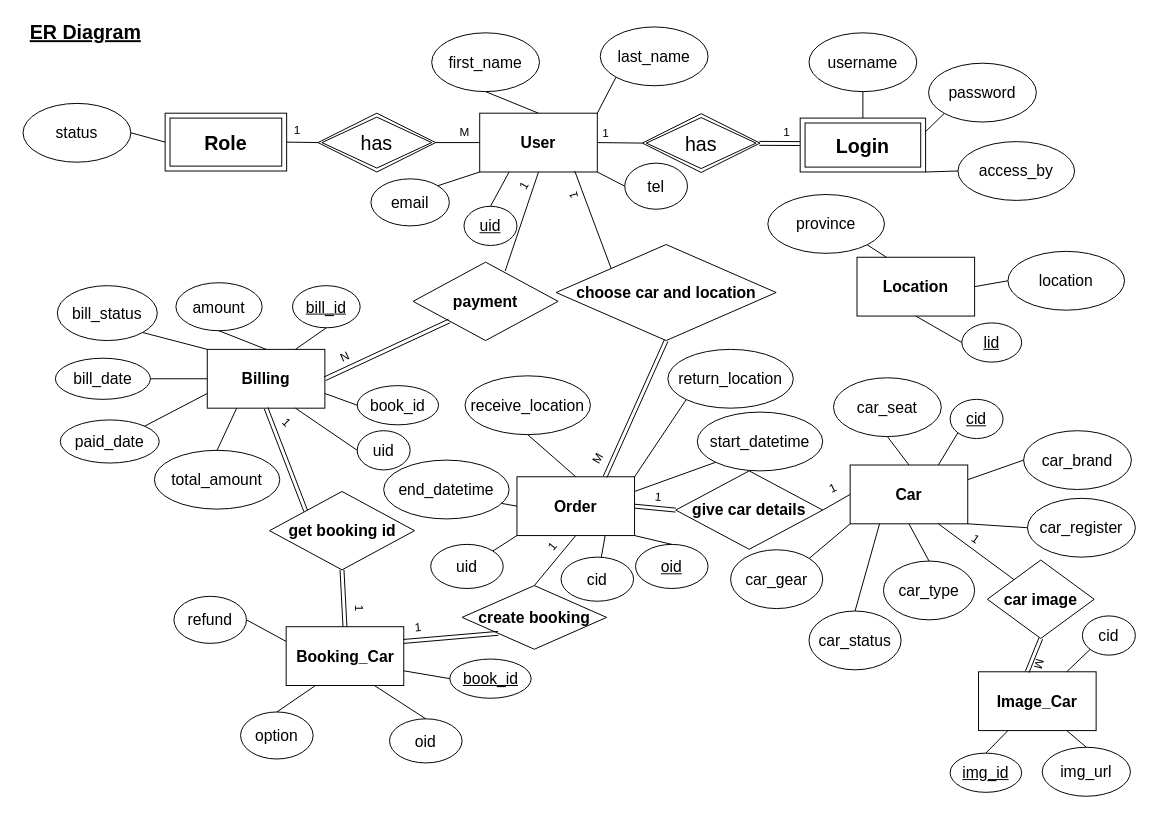
Earlier version of the draw.io diagram page "ER Diagram" (1 of 2) of Online_Car_Rental_System.drawio (Werayootk/Online_Car_Rental_System). Source tidied: cells renumbered, new cells numbered last; positions are measured from the earlier drawing's top-left corner, leaving out a move shared by most shapes. Both pictures are drawn from the tidied source at 98%, with x=0, y=0 at pixel (17, 17).
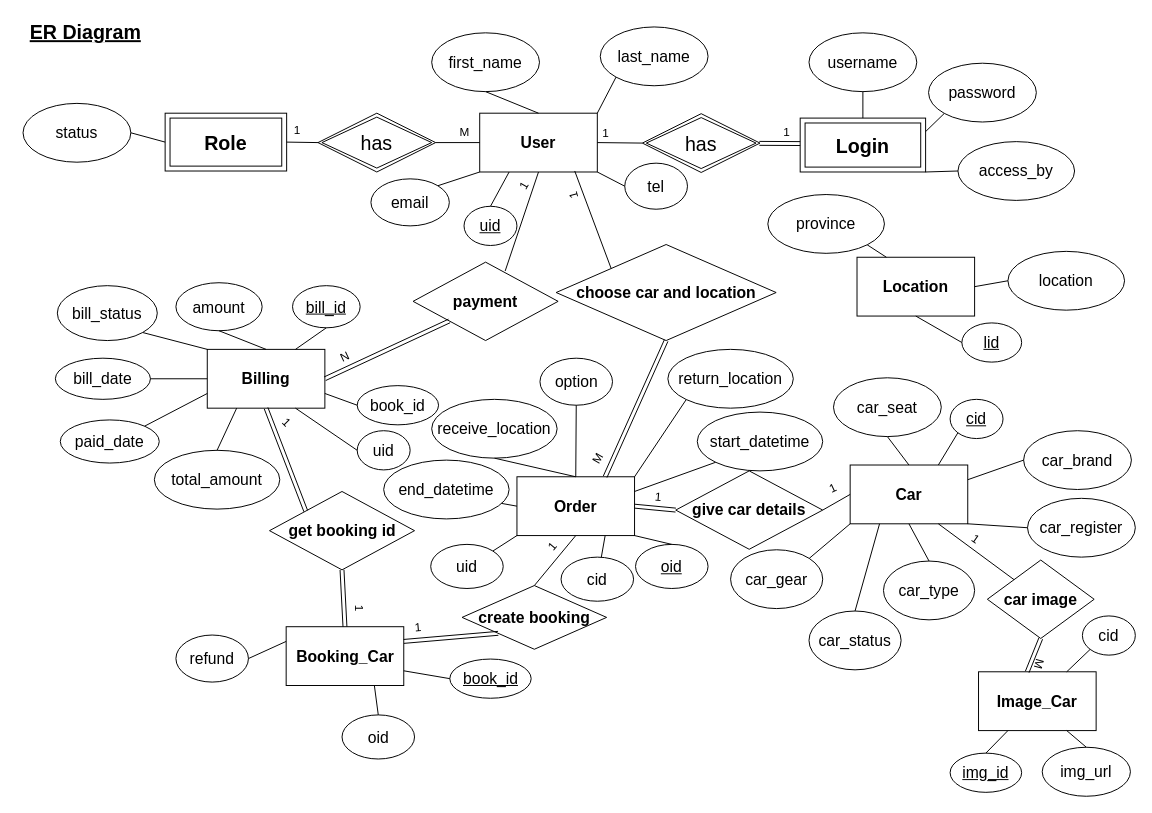
After the change.

Unchanged cells that the change refers to:
```xml
<mxCell id="39" value="&lt;b&gt;Booking_Car&lt;br&gt;&lt;/b&gt;" style="rounded=0;whiteSpace=wrap;html=1;labelBorderColor=none;fontSize=16;fontColor=#000000;strokeColor=#000000;fillColor=none;" parent="1" vertex="1">
  <mxGeometry x="274.5" y="622" width="120" height="60" as="geometry" />
</mxCell>
<mxCell id="112" value="&lt;b&gt;Order&lt;br&gt;&lt;/b&gt;" style="rounded=0;whiteSpace=wrap;html=1;labelBorderColor=none;fontSize=16;fontColor=#000000;strokeColor=#000000;fillColor=none;" parent="1" vertex="1">
  <mxGeometry x="510" y="469" width="120" height="60" as="geometry" />
</mxCell>
```

Diff of the diagram source:
```diff
@@
-    <mxCell id="48" value="option" style="ellipse;whiteSpace=wrap;html=1;labelBorderColor=none;fontSize=16;fontColor=#000000;strokeColor=#000000;fillColor=none;" parent="1" vertex="1">
-      <mxGeometry x="228" y="709" width="74" height="48" as="geometry" />
-    </mxCell>
     <mxCell id="49" value="receive_location" style="ellipse;whiteSpace=wrap;html=1;labelBorderColor=none;fontSize=16;fontColor=#000000;strokeColor=#000000;fillColor=none;" parent="1" vertex="1">
-      <mxGeometry x="457" y="366" width="128" height="60" as="geometry" />
+      <mxGeometry x="423" y="390" width="128" height="60" as="geometry" />
     </mxCell>
@@
     <mxCell id="55" value="refund" style="ellipse;whiteSpace=wrap;html=1;labelBorderColor=none;fontSize=16;fontColor=#000000;strokeColor=#000000;fillColor=none;" parent="1" vertex="1">
-      <mxGeometry x="160" y="591" width="74" height="48" as="geometry" />
+      <mxGeometry x="162" y="630.5" width="74" height="48" as="geometry" />
     </mxCell>
@@
-    <mxCell id="110" style="endArrow=none;html=1;rounded=0;fontSize=16;fontColor=#000000;exitX=0.25;exitY=1;exitDx=0;exitDy=0;entryX=0.5;entryY=0;entryDx=0;entryDy=0;" parent="1" edge="1" source="39" target="48">
-      <mxGeometry relative="1" as="geometry" />
-    </mxCell>
@@
     <mxCell id="116" value="oid" style="ellipse;whiteSpace=wrap;html=1;labelBorderColor=none;fontSize=16;fontColor=#000000;strokeColor=#000000;fillColor=none;" parent="1" vertex="1">
-      <mxGeometry x="380" y="716" width="74" height="45" as="geometry" />
+      <mxGeometry x="331.5" y="712" width="74" height="45" as="geometry" />
     </mxCell>
@@
+    <mxCell id="48" value="option" style="ellipse;whiteSpace=wrap;html=1;labelBorderColor=none;fontSize=16;fontColor=#000000;strokeColor=#000000;fillColor=none;" parent="1" vertex="1">
+      <mxGeometry x="533.5" y="348" width="74" height="48" as="geometry" />
+    </mxCell>
+    <mxCell id="135" style="endArrow=none;html=1;rounded=0;fontSize=16;fontColor=#000000;exitX=0.5;exitY=0;exitDx=0;exitDy=0;entryX=0.5;entryY=1;entryDx=0;entryDy=0;" parent="1" edge="1" source="112" target="48">
+      <mxGeometry relative="1" as="geometry" />
+    </mxCell>
```
